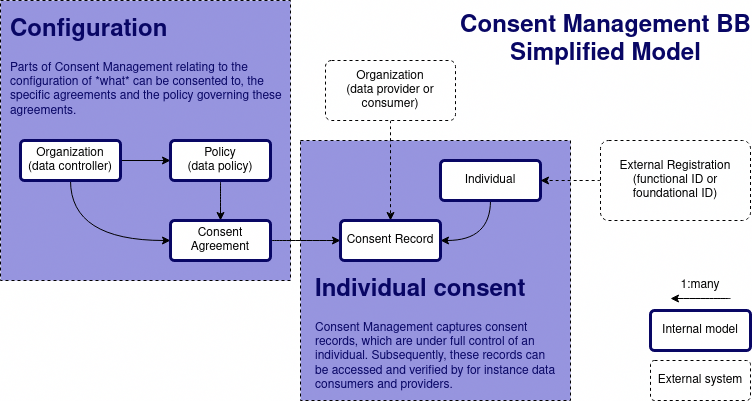
This is spec/images/simple-resource-model.png from GovStackWorkingGroup/bb-consent, a draw.io export, as it was before one commit. Source tidied: cells renumbered, new cells last; positions are measured from the earlier drawing's top-left corner, leaving out a move shared by most shapes.
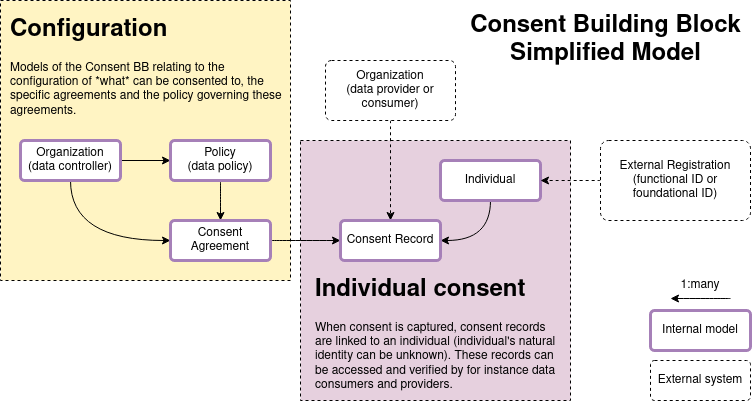
After the change.

What changed in the source:
```diff
@@ -2,10 +2,10 @@
   <root>
     <mxCell id="0" />
     <mxCell id="1" parent="0" />
-    <mxCell id="2" style="rounded=0;whiteSpace=wrap;html=1;dashed=1;strokeColor=#000000;strokeWidth=1;fillColor=#9694DE;" parent="1" vertex="1">
+    <mxCell id="2" style="rounded=0;whiteSpace=wrap;html=1;dashed=1;strokeColor=#000000;strokeWidth=1;fillColor=#E6D0DE;" parent="1" vertex="1">
       <mxGeometry x="300" y="140" width="270" height="260" as="geometry" />
     </mxCell>
-    <mxCell id="3" style="rounded=0;whiteSpace=wrap;html=1;dashed=1;strokeColor=#000000;strokeWidth=1;fillColor=#9694DE;" parent="1" vertex="1">
+    <mxCell id="3" style="rounded=0;whiteSpace=wrap;html=1;dashed=1;strokeColor=#000000;strokeWidth=1;fillColor=#FFF4C3;" parent="1" vertex="1">
       <mxGeometry width="290" height="280" as="geometry" />
     </mxCell>
     <mxCell id="4" style="edgeStyle=orthogonalEdgeStyle;rounded=0;jettySize=auto;html=1;entryX=0;entryY=0.5;entryDx=0;entryDy=0;" parent="1" edge="1" source="6" target="8">
@@ -14,19 +14,19 @@
     <mxCell id="5" style="edgeStyle=orthogonalEdgeStyle;curved=1;rounded=0;jettySize=auto;html=1;exitX=0.5;exitY=1;exitDx=0;exitDy=0;entryX=0;entryY=0.5;entryDx=0;entryDy=0;" parent="1" edge="1" source="6" target="10">
       <mxGeometry relative="1" as="geometry" />
     </mxCell>
-    <mxCell id="6" value="Organization&lt;br&gt;(data controller)" style="rounded=1;arcSize=10;whiteSpace=wrap;html=1;align=center;strokeWidth=3;strokeColor=#090765;" parent="1" vertex="1">
+    <mxCell id="6" value="Organization&lt;br&gt;(data controller)" style="rounded=1;arcSize=10;whiteSpace=wrap;html=1;align=center;strokeWidth=3;strokeColor=#A680B8;" parent="1" vertex="1">
       <mxGeometry x="20" y="140" width="100" height="40" as="geometry" />
     </mxCell>
     <mxCell id="7" style="edgeStyle=orthogonalEdgeStyle;rounded=0;jettySize=auto;html=1;entryX=0.5;entryY=0;entryDx=0;entryDy=0;curved=1;" parent="1" edge="1" source="8" target="10">
       <mxGeometry relative="1" as="geometry" />
     </mxCell>
-    <mxCell id="8" value="Policy&lt;br&gt;(data policy)" style="rounded=1;arcSize=10;whiteSpace=wrap;html=1;align=center;strokeWidth=3;strokeColor=#090765;" parent="1" vertex="1">
+    <mxCell id="8" value="Policy&lt;br&gt;(data policy)" style="rounded=1;arcSize=10;whiteSpace=wrap;html=1;align=center;strokeWidth=3;strokeColor=#A680B8;" parent="1" vertex="1">
       <mxGeometry x="170" y="140" width="100" height="40" as="geometry" />
     </mxCell>
     <mxCell id="9" style="edgeStyle=orthogonalEdgeStyle;curved=1;rounded=0;jettySize=auto;html=1;exitX=1;exitY=0.5;exitDx=0;exitDy=0;entryX=0;entryY=0.5;entryDx=0;entryDy=0;" parent="1" edge="1" source="10" target="15">
       <mxGeometry relative="1" as="geometry" />
     </mxCell>
-    <mxCell id="10" value="Consent Agreement" style="rounded=1;arcSize=10;whiteSpace=wrap;html=1;align=center;strokeWidth=3;strokeColor=#090765;" parent="1" vertex="1">
+    <mxCell id="10" value="Consent Agreement" style="rounded=1;arcSize=10;whiteSpace=wrap;html=1;align=center;strokeWidth=3;strokeColor=#A680B8;" parent="1" vertex="1">
       <mxGeometry x="170" y="220" width="100" height="40" as="geometry" />
     </mxCell>
     <mxCell id="11" style="edgeStyle=orthogonalEdgeStyle;curved=1;rounded=0;jettySize=auto;html=1;exitX=0.5;exitY=1;exitDx=0;exitDy=0;entryX=0.5;entryY=0;entryDx=0;entryDy=0;dashed=1;" parent="1" edge="1" source="12" target="15">
@@ -38,10 +38,10 @@
     <mxCell id="13" style="edgeStyle=orthogonalEdgeStyle;curved=1;rounded=0;jettySize=auto;html=1;exitX=0.5;exitY=1;exitDx=0;exitDy=0;entryX=1;entryY=0.5;entryDx=0;entryDy=0;" parent="1" edge="1" source="14" target="15">
       <mxGeometry relative="1" as="geometry" />
     </mxCell>
-    <mxCell id="14" value="Individual" style="rounded=1;arcSize=10;whiteSpace=wrap;html=1;align=center;strokeWidth=3;strokeColor=#090765;" parent="1" vertex="1">
+    <mxCell id="14" value="Individual" style="rounded=1;arcSize=10;whiteSpace=wrap;html=1;align=center;strokeWidth=3;strokeColor=#A680B8;" parent="1" vertex="1">
       <mxGeometry x="440" y="160" width="100" height="40" as="geometry" />
     </mxCell>
-    <mxCell id="15" value="Consent Record" style="rounded=1;arcSize=10;whiteSpace=wrap;html=1;align=center;strokeWidth=3;strokeColor=#090765;" parent="1" vertex="1">
+    <mxCell id="15" value="Consent Record" style="rounded=1;arcSize=10;whiteSpace=wrap;html=1;align=center;strokeWidth=3;strokeColor=#A680B8;" parent="1" vertex="1">
       <mxGeometry x="340" y="220" width="100" height="40" as="geometry" />
     </mxCell>
     <mxCell id="16" style="edgeStyle=orthogonalEdgeStyle;curved=1;rounded=0;jettySize=auto;html=1;exitX=0;exitY=0.5;exitDx=0;exitDy=0;entryX=1;entryY=0.5;entryDx=0;entryDy=0;dashed=1;" parent="1" edge="1" source="17" target="14">
@@ -53,16 +53,16 @@
     <mxCell id="18" value="&lt;div&gt;External system&lt;/div&gt;" style="rounded=1;arcSize=10;whiteSpace=wrap;html=1;align=center;dashed=1;strokeColor=#000000;strokeWidth=1;" parent="1" vertex="1">
       <mxGeometry x="650" y="360" width="100" height="40" as="geometry" />
     </mxCell>
-    <mxCell id="19" value="Internal model" style="rounded=1;arcSize=10;whiteSpace=wrap;html=1;align=center;strokeWidth=3;strokeColor=#090765;" parent="1" vertex="1">
+    <mxCell id="19" value="Internal model" style="rounded=1;arcSize=10;whiteSpace=wrap;html=1;align=center;strokeWidth=3;strokeColor=#A680B8;" parent="1" vertex="1">
       <mxGeometry x="650" y="310" width="100" height="40" as="geometry" />
     </mxCell>
-    <mxCell id="20" value="&lt;h1&gt;Configuration&lt;/h1&gt;&lt;p&gt;Parts of Consent Management relating to the configuration of *what* can be consented to, the specific agreements and the policy governing these agreements.&lt;br&gt;&lt;/p&gt;" style="text;html=1;strokeColor=none;fillColor=none;spacing=5;spacingTop=-20;whiteSpace=wrap;overflow=hidden;rounded=0;dashed=1;fontColor=#090765;" parent="1" vertex="1">
+    <mxCell id="20" value="&lt;h1&gt;Configuration&lt;/h1&gt;&lt;p&gt;Models of the Consent BB relating to the configuration of *what* can be consented to, the specific agreements and the policy governing these agreements.&lt;br&gt;&lt;/p&gt;" style="text;html=1;strokeColor=none;fillColor=none;spacing=5;spacingTop=-20;whiteSpace=wrap;overflow=hidden;rounded=0;dashed=1;" parent="1" vertex="1">
       <mxGeometry x="5" y="10" width="280" height="120" as="geometry" />
     </mxCell>
-    <mxCell id="21" value="&lt;h1&gt;Individual consent&lt;br&gt;&lt;/h1&gt;&lt;p&gt;Consent Management captures consent records, which are under full control of an individual. Subsequently, these records can be accessed and verified by for instance data consumers and providers.&lt;br&gt;&lt;/p&gt;" style="text;html=1;strokeColor=none;fillColor=none;spacing=5;spacingTop=-20;whiteSpace=wrap;overflow=hidden;rounded=0;dashed=1;fontColor=#090765;" parent="1" vertex="1">
+    <mxCell id="21" value="&lt;h1&gt;Individual consent&lt;br&gt;&lt;/h1&gt;&lt;p&gt;When consent is captured, consent records are linked to an individual (individual's natural identity can be unknown). These records can be accessed and verified by for instance data consumers and providers.&lt;br&gt;&lt;/p&gt;" style="text;html=1;strokeColor=none;fillColor=none;spacing=5;spacingTop=-20;whiteSpace=wrap;overflow=hidden;rounded=0;dashed=1;" parent="1" vertex="1">
       <mxGeometry x="310" y="270" width="250" height="130" as="geometry" />
     </mxCell>
-    <mxCell id="22" value="Consent Management BB&lt;br&gt;Simplified Model" style="text;strokeColor=none;fillColor=none;html=1;fontSize=24;fontStyle=1;verticalAlign=middle;align=center;dashed=1;fontColor=#090765;" parent="1" vertex="1">
+    <mxCell id="22" value="Consent Building Block&lt;br&gt;Simplified Model" style="text;strokeColor=none;fillColor=none;html=1;fontSize=24;fontStyle=1;verticalAlign=middle;align=center;dashed=1;" parent="1" vertex="1">
       <mxGeometry x="460" y="10" width="290" height="60" as="geometry" />
     </mxCell>
     <mxCell id="23" style="endArrow=classic;html=1;rounded=0;curved=1;" parent="1" edge="1">
```
